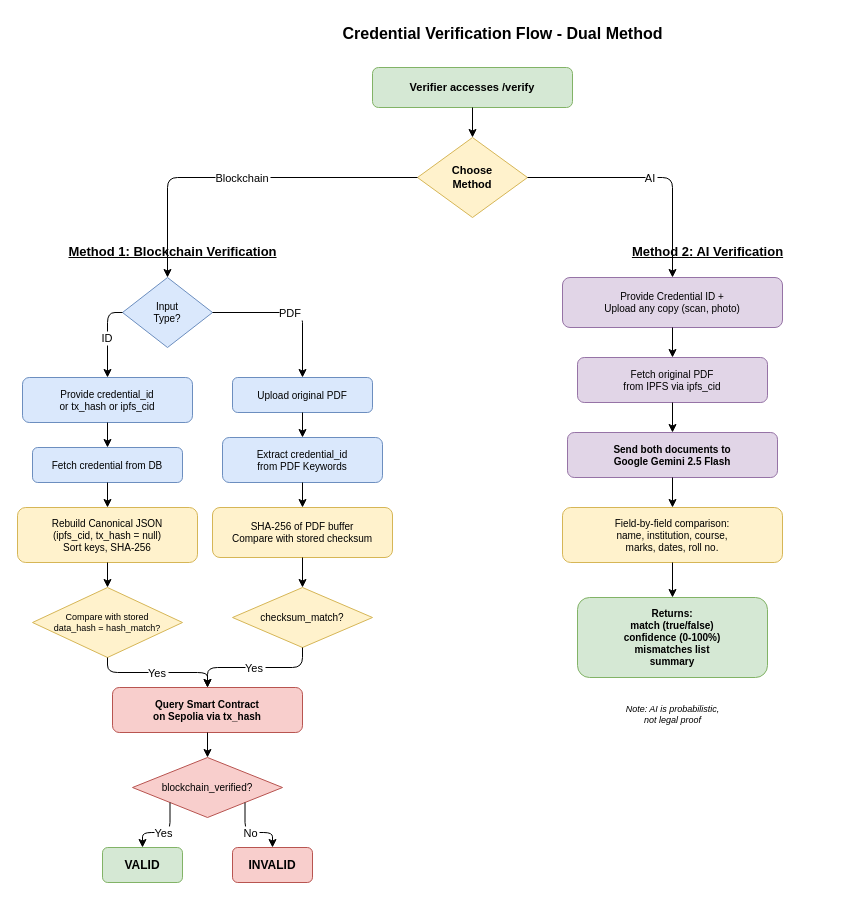
Before: docs/report/diagrams/3.7_verification_flow.drawio in JaiminPatel345/MicroMerit-Portal, a draw.io diagram. Source tidied: cells renumbered, new cells numbered last; positions are measured from the earlier drawing's top-left corner, leaving out a move shared by most shapes. Both pictures are drawn from the tidied source at 100%, with x=0, y=0 at pixel (17, 17).
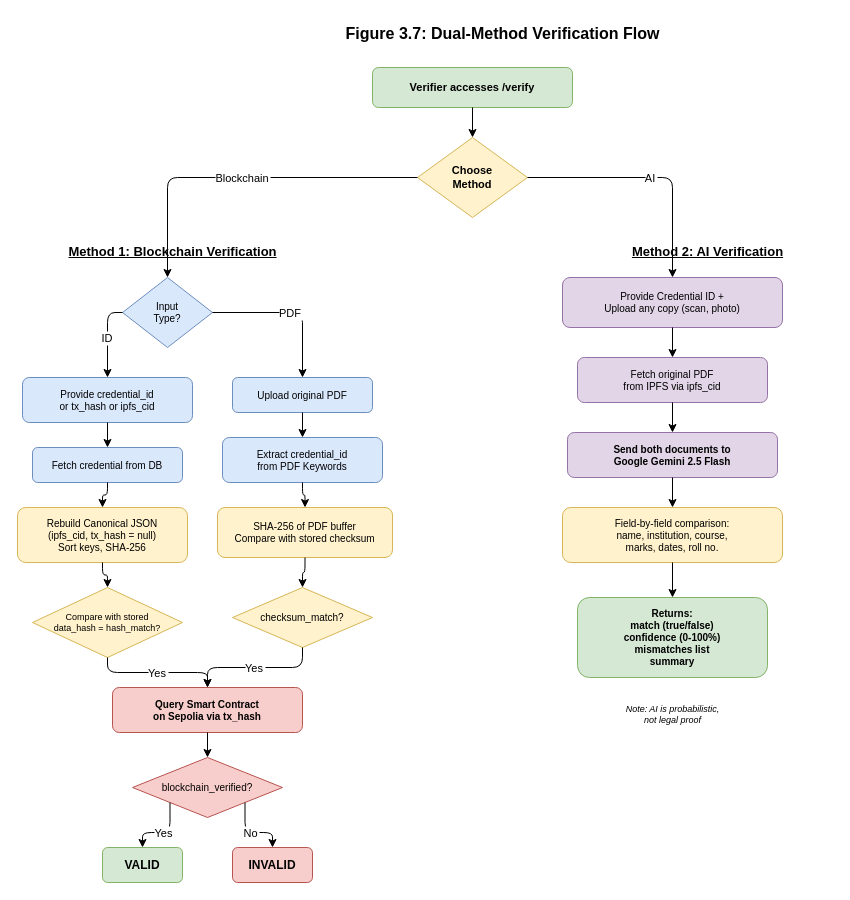
The same page after the edit.

Diff of the diagram source:
```diff
@@
-    <mxCell id="2" value="Credential Verification Flow - Dual Method" style="text;html=1;fontSize=16;fontStyle=1;align=center;" parent="1" vertex="1">
+    <mxCell id="2" value="Figure 3.7: Dual-Method Verification Flow" style="text;html=1;fontSize=16;fontStyle=1;align=center;" parent="1" vertex="1">
       <mxGeometry x="235" width="500" height="30" as="geometry" />
     </mxCell>
@@
     <mxCell id="9" value="Rebuild Canonical JSON&lt;br&gt;(ipfs_cid, tx_hash = null)&lt;br&gt;Sort keys, SHA-256" style="rounded=1;whiteSpace=wrap;html=1;fillColor=#fff2cc;strokeColor=#d6b656;fontSize=10;" parent="1" vertex="1">
-      <mxGeometry y="490" width="180" height="55" as="geometry" />
+      <mxGeometry y="490" width="170" height="55" as="geometry" />
     </mxCell>
@@
     <mxCell id="13" value="SHA-256 of PDF buffer&lt;br&gt;Compare with stored checksum" style="rounded=1;whiteSpace=wrap;html=1;fillColor=#fff2cc;strokeColor=#d6b656;fontSize=10;" parent="1" vertex="1">
-      <mxGeometry x="195" y="490" width="180" height="50" as="geometry" />
+      <mxGeometry x="200" y="490" width="175" height="50" as="geometry" />
     </mxCell>
```
